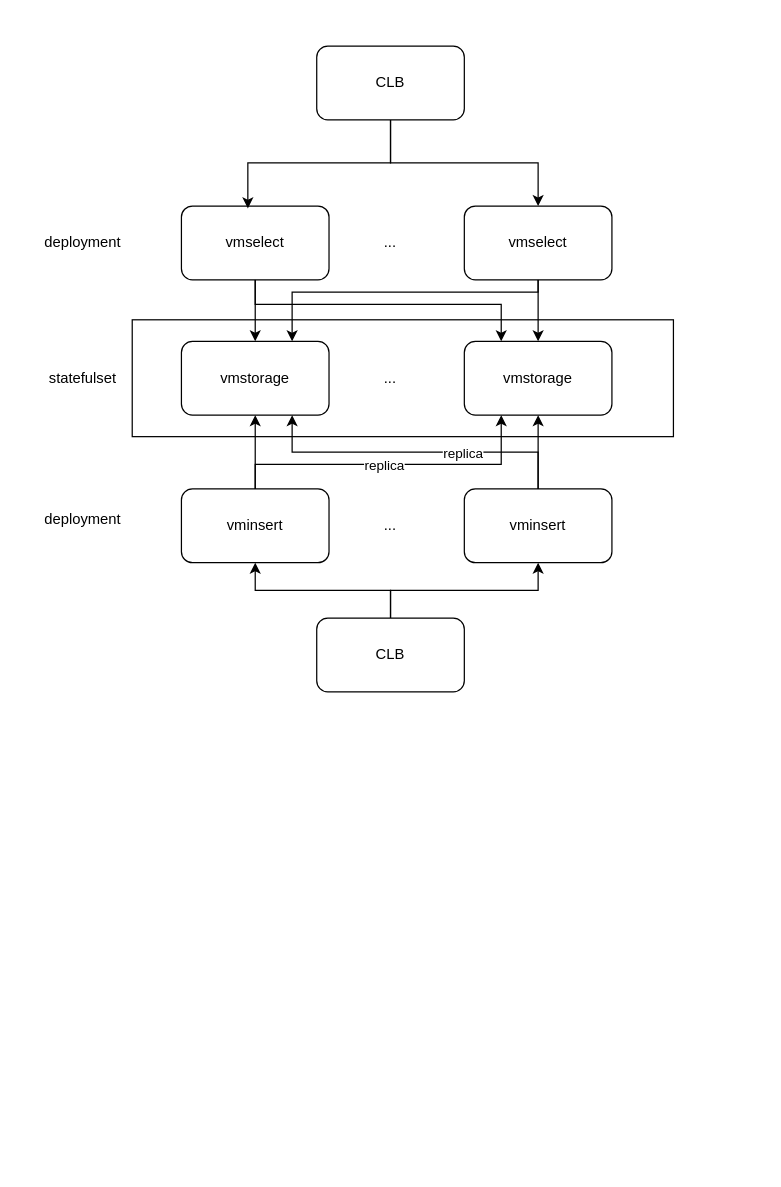
leiwingqueen/draw-io keeps this draw.io diagram as 未命名绘图.drawio. Above is the earlier version. Source tidied: cells renumbered, new cells numbered last; positions are measured from the earlier drawing's top-left corner, leaving out a move shared by most shapes. Both pictures are drawn from the tidied source at 123%, with x=0, y=0 at pixel (33, 46).
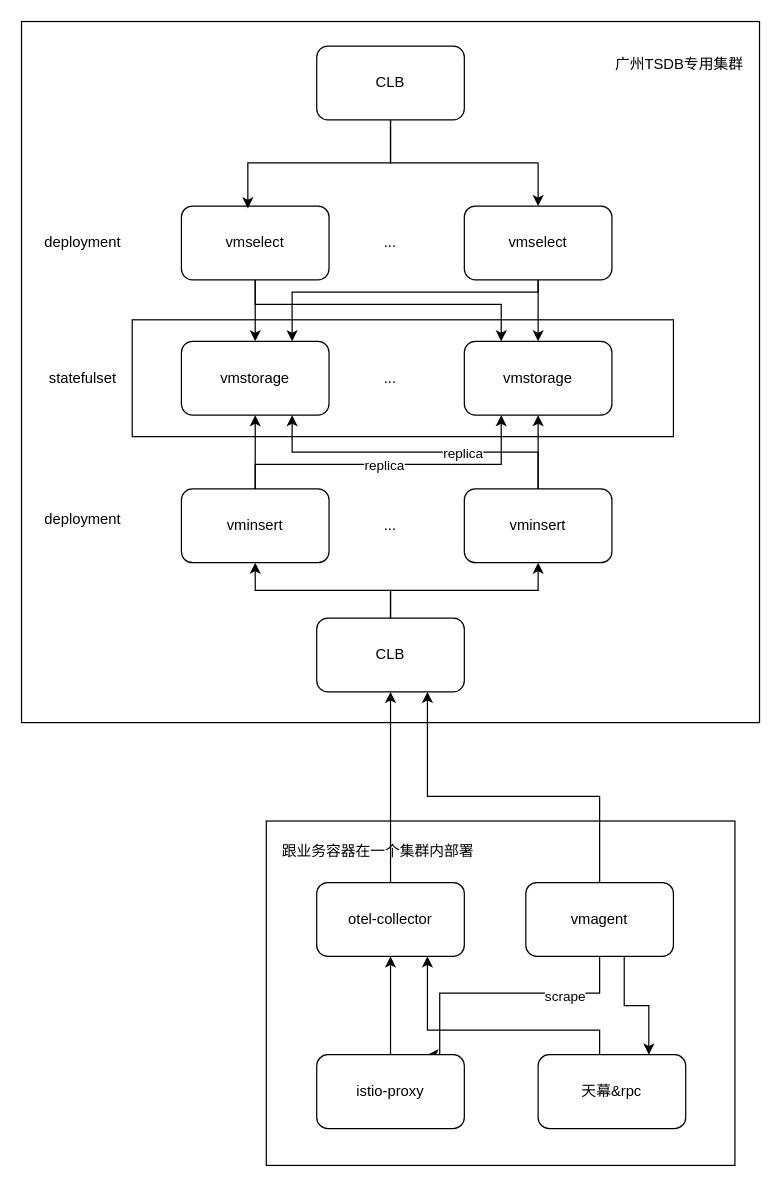
Above is the later version.

Commit message:
更新未命名绘图.drawio

The change refers to these unchanged cells:
```xml
<mxCell id="30" value="CLB" style="rounded=1;whiteSpace=wrap;html=1;" parent="1" vertex="1">
  <mxGeometry x="230" y="465" width="120" height="60" as="geometry" />
</mxCell>
```

Change to the diagram source:
```diff
@@
+    <mxCell id="31" style="rounded=0;whiteSpace=wrap;html=1;" parent="1" vertex="1">
+      <mxGeometry x="-10" y="-20" width="600" height="570" as="geometry" />
+    </mxCell>
+    <mxCell id="32" style="rounded=0;whiteSpace=wrap;html=1;" parent="1" vertex="1">
+      <mxGeometry x="189" y="630" width="381" height="280" as="geometry" />
+    </mxCell>
@@
+    <mxCell id="33" style="edgeStyle=orthogonalEdgeStyle;rounded=0;jettySize=auto;html=1;entryX=0.5;entryY=1;entryDx=0;entryDy=0;" parent="1" edge="1" source="34" target="30">
+      <mxGeometry relative="1" as="geometry" />
+    </mxCell>
+    <mxCell id="34" value="otel-collector" style="rounded=1;whiteSpace=wrap;html=1;" parent="1" vertex="1">
+      <mxGeometry x="230" y="680" width="120" height="60" as="geometry" />
+    </mxCell>
+    <mxCell id="35" style="edgeStyle=orthogonalEdgeStyle;rounded=0;jettySize=auto;html=1;entryX=0.75;entryY=1;entryDx=0;entryDy=0;" parent="1" edge="1" source="39" target="30">
+      <mxGeometry relative="1" as="geometry">
+        <Array as="points">
+          <mxPoint x="460" y="610" />
+          <mxPoint x="320" y="610" />
+        </Array>
+      </mxGeometry>
+    </mxCell>
+    <mxCell id="36" style="edgeStyle=orthogonalEdgeStyle;rounded=0;jettySize=auto;html=1;entryX=0.75;entryY=0;entryDx=0;entryDy=0;" parent="1" edge="1" source="39" target="41">
+      <mxGeometry relative="1" as="geometry">
+        <Array as="points">
+          <mxPoint x="460" y="770" />
+          <mxPoint x="330" y="770" />
+          <mxPoint x="330" y="820" />
+        </Array>
+      </mxGeometry>
+    </mxCell>
+    <mxCell id="37" value="scrape" style="edgeLabel;html=1;align=center;verticalAlign=middle;" parent="36" vertex="1">
+      <mxGeometry x="-0.46" y="2" relative="1" as="geometry" />
+    </mxCell>
+    <mxCell id="38" style="edgeStyle=orthogonalEdgeStyle;rounded=0;jettySize=auto;html=1;entryX=0.75;entryY=0;entryDx=0;entryDy=0;" parent="1" edge="1" source="39" target="43">
+      <mxGeometry relative="1" as="geometry">
+        <Array as="points">
+          <mxPoint x="480" y="780" />
+          <mxPoint x="500" y="780" />
+        </Array>
+      </mxGeometry>
+    </mxCell>
+    <mxCell id="39" value="vmagent" style="rounded=1;whiteSpace=wrap;html=1;" parent="1" vertex="1">
+      <mxGeometry x="400" y="680" width="120" height="60" as="geometry" />
+    </mxCell>
+    <mxCell id="40" style="edgeStyle=orthogonalEdgeStyle;rounded=0;jettySize=auto;html=1;" parent="1" edge="1" source="41" target="34">
+      <mxGeometry relative="1" as="geometry" />
+    </mxCell>
+    <mxCell id="41" value="istio-proxy" style="rounded=1;whiteSpace=wrap;html=1;" parent="1" vertex="1">
+      <mxGeometry x="230" y="820" width="120" height="60" as="geometry" />
+    </mxCell>
+    <mxCell id="42" style="edgeStyle=orthogonalEdgeStyle;rounded=0;jettySize=auto;html=1;entryX=0.75;entryY=1;entryDx=0;entryDy=0;" parent="1" edge="1" source="43" target="34">
+      <mxGeometry relative="1" as="geometry">
+        <Array as="points">
+          <mxPoint x="460" y="800" />
+          <mxPoint x="320" y="800" />
+        </Array>
+      </mxGeometry>
+    </mxCell>
+    <mxCell id="43" value="天幕&amp;amp;rpc" style="rounded=1;whiteSpace=wrap;html=1;" parent="1" vertex="1">
+      <mxGeometry x="410" y="820" width="120" height="60" as="geometry" />
+    </mxCell>
+    <mxCell id="44" value="跟业务容器在一个集群内部署" style="text;html=1;align=center;verticalAlign=middle;whiteSpace=wrap;rounded=0;" parent="1" vertex="1">
+      <mxGeometry x="200" y="640" width="160" height="30" as="geometry" />
+    </mxCell>
+    <mxCell id="45" value="广州TSDB专用集群" style="text;html=1;align=center;verticalAlign=middle;whiteSpace=wrap;rounded=0;" parent="1" vertex="1">
+      <mxGeometry x="470" width="110" height="30" as="geometry" />
+    </mxCell>
```
